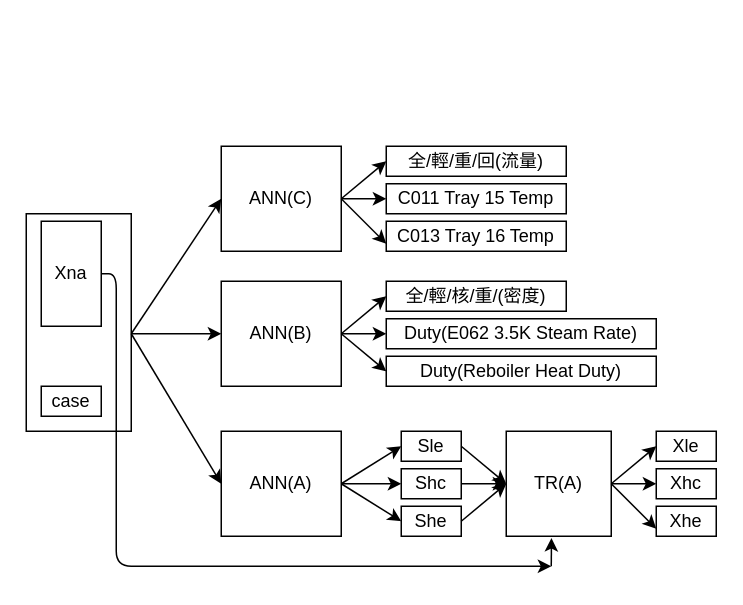
Earlier version of the draw.io diagram 輕油案大架構.drawio (skywalker0803r/drawio). Source tidied: cells renumbered, new cells numbered last; positions are measured from the earlier drawing's top-left corner, leaving out a move shared by most shapes. Both pictures are drawn from the tidied source at 150%, with x=0, y=0 at pixel (26, 146).
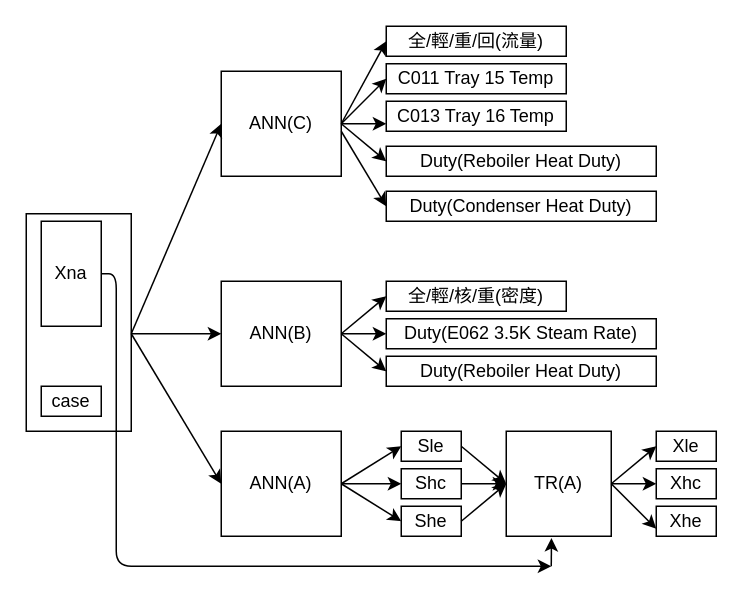
After the change.

Commit message:
輕油案大架構.drawio

What changed in the source:
```diff
@@
     <mxCell id="5" value="ANN(C)" style="rounded=0;whiteSpace=wrap;html=1;" parent="1" vertex="1">
-      <mxGeometry x="130" width="80" height="70" as="geometry" />
+      <mxGeometry x="130" y="-50" width="80" height="70" as="geometry" />
     </mxCell>
@@
-    <mxCell id="26" value="全/輕/核/重/(密度)" style="text;html=1;strokeColor=#000000;fillColor=none;align=center;verticalAlign=middle;whiteSpace=wrap;rounded=0;" parent="1" vertex="1">
+    <mxCell id="26" value="全/輕/核/重(密度)" style="text;html=1;strokeColor=#000000;fillColor=none;align=center;verticalAlign=middle;whiteSpace=wrap;rounded=0;" parent="1" vertex="1">
       <mxGeometry x="240" y="90" width="120" height="20" as="geometry" />
     </mxCell>
     <mxCell id="27" value="全/輕/重/回(流量)" style="text;html=1;strokeColor=#000000;fillColor=none;align=center;verticalAlign=middle;whiteSpace=wrap;rounded=0;" parent="1" vertex="1">
-      <mxGeometry x="240" width="120" height="20" as="geometry" />
+      <mxGeometry x="240" y="-80" width="120" height="20" as="geometry" />
     </mxCell>
@@
     <mxCell id="30" value="C011 Tray 15 Temp" style="text;html=1;strokeColor=#000000;fillColor=none;align=center;verticalAlign=middle;whiteSpace=wrap;rounded=0;" parent="1" vertex="1">
-      <mxGeometry x="240" y="25" width="120" height="20" as="geometry" />
+      <mxGeometry x="240" y="-55" width="120" height="20" as="geometry" />
     </mxCell>
     <mxCell id="31" value="C013 Tray 16 Temp" style="text;html=1;strokeColor=#000000;fillColor=none;align=center;verticalAlign=middle;whiteSpace=wrap;rounded=0;" parent="1" vertex="1">
-      <mxGeometry x="240" y="50" width="120" height="20" as="geometry" />
+      <mxGeometry x="240" y="-30" width="120" height="20" as="geometry" />
     </mxCell>
@@
     <mxCell id="34" style="endArrow=classic;html=1;entryX=0;entryY=0.75;entryDx=0;entryDy=0;" parent="1" edge="1" target="31">
       <mxGeometry relative="1" as="geometry">
-        <mxPoint x="210" y="35" as="sourcePoint" />
+        <mxPoint x="210" y="-15" as="sourcePoint" />
       </mxGeometry>
     </mxCell>
@@
+    <mxCell id="41" value="Duty(Reboiler Heat Duty)" style="text;html=1;strokeColor=#000000;fillColor=none;align=center;verticalAlign=middle;whiteSpace=wrap;rounded=0;" parent="1" vertex="1">
+      <mxGeometry x="240" width="180" height="20" as="geometry" />
+    </mxCell>
+    <mxCell id="42" value="Duty(Condenser Heat Duty)" style="text;html=1;strokeColor=#000000;fillColor=none;align=center;verticalAlign=middle;whiteSpace=wrap;rounded=0;" parent="1" vertex="1">
+      <mxGeometry x="240" y="30" width="180" height="20" as="geometry" />
+    </mxCell>
+    <mxCell id="43" style="endArrow=classic;html=1;exitX=1;exitY=0.5;exitDx=0;exitDy=0;entryX=0;entryY=0.5;entryDx=0;entryDy=0;" parent="1" edge="1" source="5" target="41">
+      <mxGeometry relative="1" as="geometry" />
+    </mxCell>
+    <mxCell id="44" style="endArrow=classic;html=1;entryX=0;entryY=0.5;entryDx=0;entryDy=0;" parent="1" edge="1" target="42">
+      <mxGeometry relative="1" as="geometry">
+        <mxPoint x="210" y="-10" as="sourcePoint" />
+      </mxGeometry>
+    </mxCell>
```
